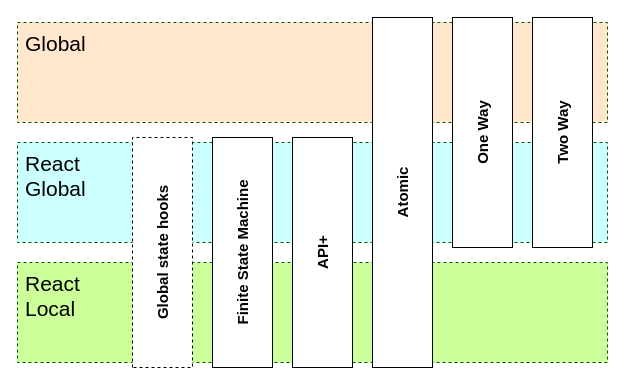
Above: page "figure10" (5 of 12) of diagrams.dio in jherr/which-react-state-manager (draw.io), before the change. Source tidied: cells renumbered, new cells numbered last; positions are measured from the earlier drawing's top-left corner, leaving out a move shared by most shapes. Both pictures are drawn from the tidied source at 100%, with x=0, y=0 at pixel (17, 22).
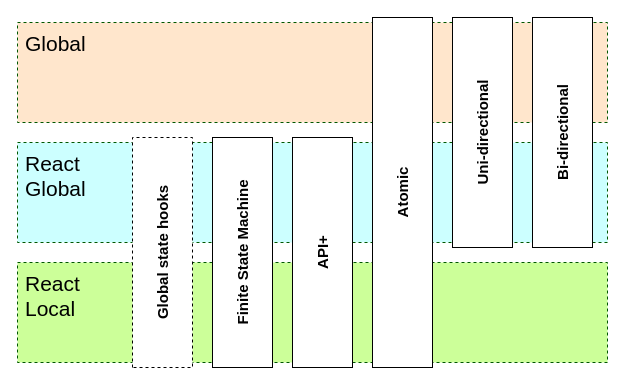
The same diagram, later.

Change to the diagram source:
```diff
@@
 <mxGraphModel>
   <root>
     <mxCell id="0" />
     <mxCell id="1" parent="0" />
     <mxCell id="2" value="&lt;font style=&quot;font-size: 21px&quot;&gt;React&lt;br&gt;Global&lt;/font&gt;" style="rounded=0;whiteSpace=wrap;html=1;dashed=1;strokeColor=#005700;verticalAlign=top;align=left;fontColor=#000000;spacingTop=2;spacingBottom=2;spacingLeft=6;fillColor=#CCFFFF;" parent="1" vertex="1">
       <mxGeometry y="120" width="590" height="100" as="geometry" />
     </mxCell>
     <mxCell id="3" value="&lt;span style=&quot;font-size: 21px&quot;&gt;Global&lt;/span&gt;" style="rounded=0;whiteSpace=wrap;html=1;dashed=1;strokeColor=#005700;verticalAlign=top;align=left;fontColor=#000000;spacingTop=2;spacingBottom=2;spacingLeft=6;fillColor=#FFE6CC;" parent="1" vertex="1">
       <mxGeometry width="590" height="100" as="geometry" />
     </mxCell>
     <mxCell id="4" value="&lt;font style=&quot;font-size: 21px&quot;&gt;React&lt;br&gt;Local&lt;/font&gt;" style="rounded=0;whiteSpace=wrap;html=1;dashed=1;strokeColor=#005700;fillColor=#CCFF99;verticalAlign=top;align=left;fontColor=#000000;spacingTop=2;spacingBottom=2;spacingLeft=6;" parent="1" vertex="1">
       <mxGeometry y="240" width="590" height="100" as="geometry" />
     </mxCell>
-    <mxCell id="5" value="&lt;span style=&quot;font-size: 15px&quot;&gt;Two Way&lt;/span&gt;" style="rounded=0;whiteSpace=wrap;html=1;rotation=270;fontStyle=1;fontSize=15;" parent="1" vertex="1">
+    <mxCell id="5" value="&lt;span style=&quot;font-size: 15px&quot;&gt;Bi-directional&lt;/span&gt;" style="rounded=0;whiteSpace=wrap;html=1;rotation=270;fontStyle=1;fontSize=15;" parent="1" vertex="1">
       <mxGeometry x="430" y="80" width="230" height="60" as="geometry" />
     </mxCell>
     <mxCell id="6" value="&lt;span style=&quot;font-size: 15px&quot;&gt;Atomic&lt;/span&gt;" style="rounded=0;whiteSpace=wrap;html=1;rotation=270;fontStyle=1;fontSize=15;" parent="1" vertex="1">
       <mxGeometry x="210" y="140" width="350" height="60" as="geometry" />
     </mxCell>
     <mxCell id="7" value="&lt;span style=&quot;font-size: 15px&quot;&gt;Finite State Machine&lt;/span&gt;" style="rounded=0;whiteSpace=wrap;html=1;rotation=270;fontStyle=1;fontSize=15;" parent="1" vertex="1">
       <mxGeometry x="110" y="200" width="230" height="60" as="geometry" />
     </mxCell>
     <mxCell id="8" value="API+" style="rounded=0;whiteSpace=wrap;html=1;rotation=270;fontStyle=1;fontSize=15;" parent="1" vertex="1">
       <mxGeometry x="190" y="200" width="230" height="60" as="geometry" />
     </mxCell>
     <mxCell id="9" value="&lt;span style=&quot;font-size: 15px;&quot;&gt;Global state hooks&lt;/span&gt;" style="rounded=0;whiteSpace=wrap;html=1;rotation=270;dashed=1;fontStyle=1;fontSize=15;" parent="1" vertex="1">
       <mxGeometry x="30" y="200" width="230" height="60" as="geometry" />
     </mxCell>
-    <mxCell id="10" value="&lt;span style=&quot;font-size: 15px&quot;&gt;One Way&lt;/span&gt;" style="rounded=0;whiteSpace=wrap;html=1;rotation=270;fontStyle=1;fontSize=15;" parent="1" vertex="1">
+    <mxCell id="10" value="&lt;span style=&quot;font-size: 15px&quot;&gt;Uni-directional&lt;/span&gt;" style="rounded=0;whiteSpace=wrap;html=1;rotation=270;fontStyle=1;fontSize=15;" parent="1" vertex="1">
       <mxGeometry x="350" y="80" width="230" height="60" as="geometry" />
     </mxCell>
   </root>
 </mxGraphModel>
```
